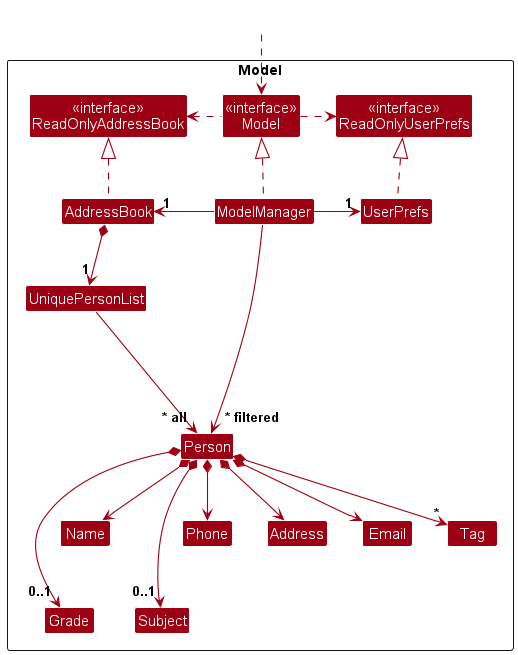
nus-cs2103-AY2324S2/tp keeps this PlantUML diagram as docs/images/ModelClassDiagram.png. Above is the earlier version.
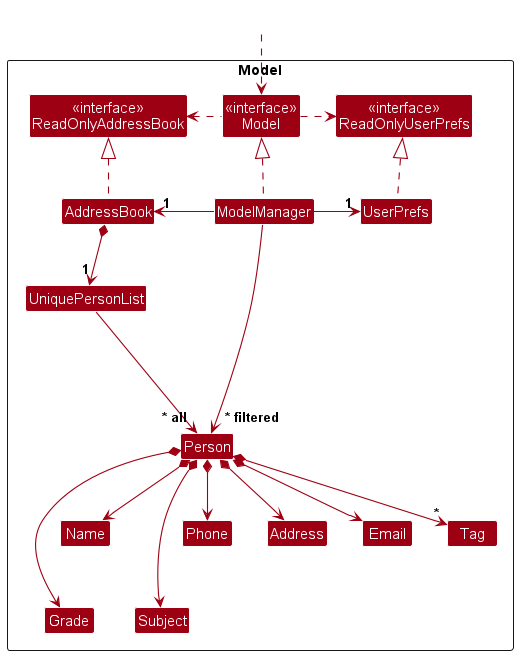
After the change.

Change to the diagram source:
```diff
@@ -44,8 +44,8 @@
 Person *--> Email
 Person *--> Address
 Person *--> "*" Tag
-Person *-> "0..1" Grade
-Person *-> "0..1" Subject
+Person *-> Grade
+Person *-> Subject
 
 Person -[hidden]up--> I
 Name -[hidden]-> Grade
```
